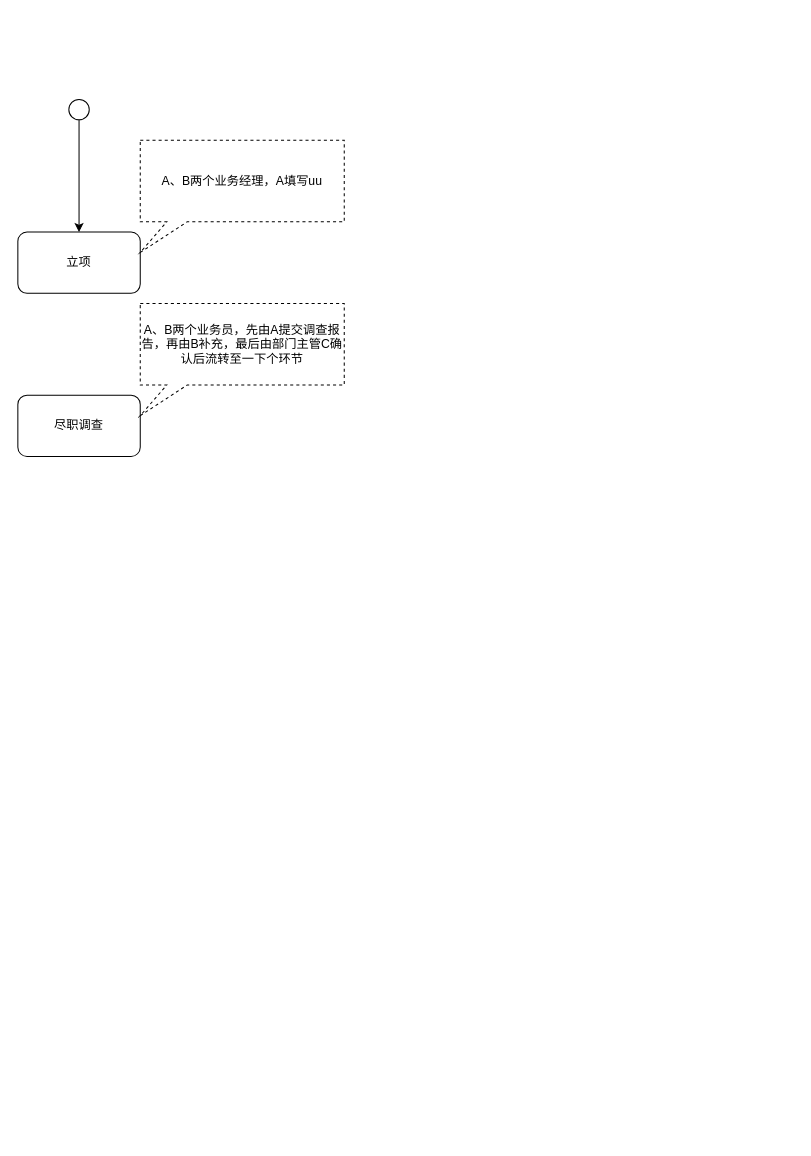
Above: 融担业务流程.drawio in isugarbox/diagrams (draw.io), before the change. Source tidied: cells renumbered, new cells numbered last; positions are measured from the earlier drawing's top-left corner, leaving out a move shared by most shapes. Both pictures are drawn from the tidied source at 102%, with x=0, y=0 at pixel (17, 99).
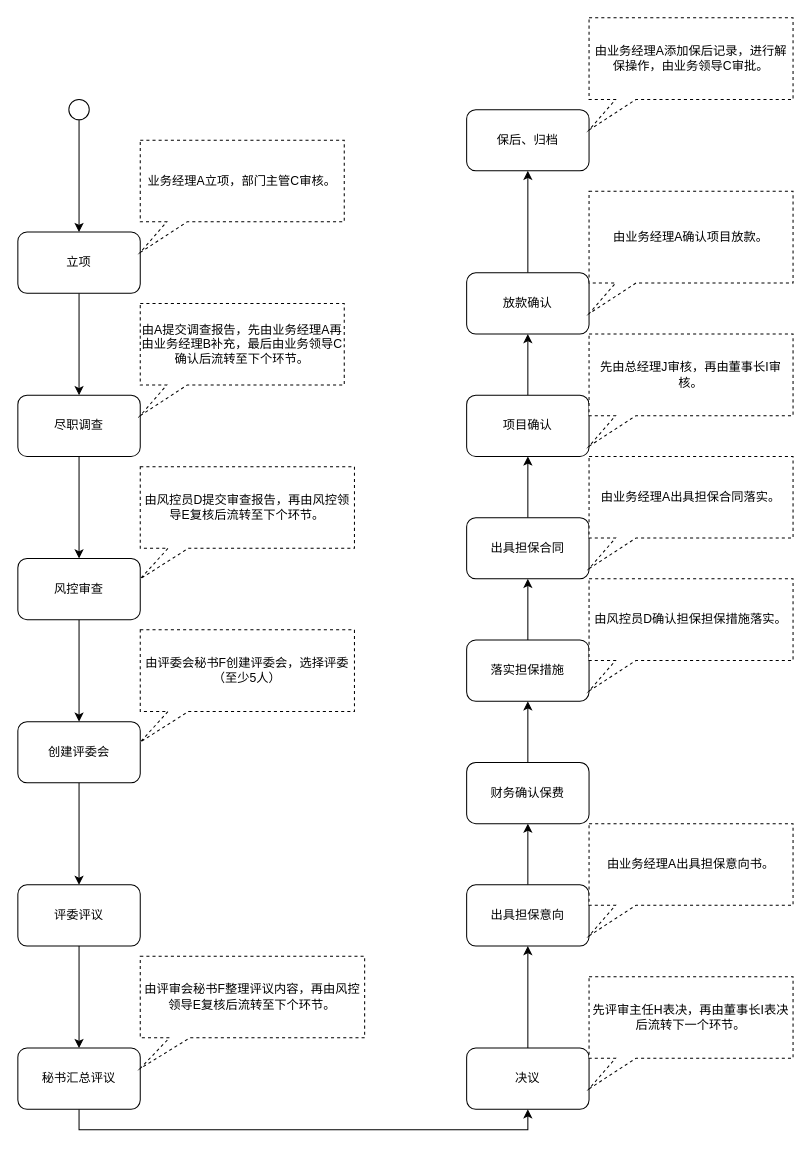
After the change.

Commit message:
更新融担业务流程.drawio

Unchanged cells that the change refers to:
```xml
<mxCell id="4" value="立项" style="rounded=1;whiteSpace=wrap;html=1;" parent="1" vertex="1">
  <mxGeometry y="130" width="120" height="60" as="geometry" />
</mxCell>
<mxCell id="6" value="尽职调查" style="rounded=1;whiteSpace=wrap;html=1;" parent="1" vertex="1">
  <mxGeometry y="290" width="120" height="60" as="geometry" />
</mxCell>
```

Diff of the diagram source:
```diff
@@
+    <mxCell id="8" style="edgeStyle=orthogonalEdgeStyle;rounded=0;jettySize=auto;html=1;" parent="1" edge="1" source="4" target="6">
+      <mxGeometry relative="1" as="geometry" />
+    </mxCell>
@@
-    <mxCell id="5" value="A、B两个业务经理，A填写uu" style="shape=callout;whiteSpace=wrap;html=1;perimeter=calloutPerimeter;position2=0;size=30;position=0.13;dashed=1;" parent="1" vertex="1">
+    <mxCell id="5" value="业务经理A立项，部门主管C审核。" style="shape=callout;whiteSpace=wrap;html=1;perimeter=calloutPerimeter;position2=0;size=30;position=0.13;dashed=1;" parent="1" vertex="1">
       <mxGeometry x="120" y="40" width="200" height="110" as="geometry" />
     </mxCell>
+    <mxCell id="9" style="edgeStyle=orthogonalEdgeStyle;rounded=0;jettySize=auto;html=1;" parent="1" edge="1" source="6" target="11">
+      <mxGeometry relative="1" as="geometry" />
+    </mxCell>
@@
-    <mxCell id="7" value="A、B两个业务员，先由A提交调查报告，再由B补充，最后由部门主管C确认后流转至一下个环节" style="shape=callout;whiteSpace=wrap;html=1;perimeter=calloutPerimeter;position2=0;size=30;position=0.13;dashed=1;" parent="1" vertex="1">
+    <mxCell id="7" value="由A提交调查报告，先由业务经理A再由业务经理B补充，最后由业务领导C确认后流转至下个环节。" style="shape=callout;whiteSpace=wrap;html=1;perimeter=calloutPerimeter;position2=0;size=30;position=0.13;dashed=1;" parent="1" vertex="1">
       <mxGeometry x="120" y="200" width="200" height="110" as="geometry" />
     </mxCell>
+    <mxCell id="10" style="edgeStyle=orthogonalEdgeStyle;rounded=0;jettySize=auto;html=1;" parent="1" edge="1" source="11" target="14">
+      <mxGeometry relative="1" as="geometry" />
+    </mxCell>
+    <mxCell id="11" value="风控审查" style="rounded=1;whiteSpace=wrap;html=1;" parent="1" vertex="1">
+      <mxGeometry y="450" width="120" height="60" as="geometry" />
+    </mxCell>
+    <mxCell id="12" value="由风控员D提交审查报告，再由风控领导E复核后流转至下个环节。" style="shape=callout;whiteSpace=wrap;html=1;perimeter=calloutPerimeter;position2=0;size=30;position=0.13;dashed=1;" parent="1" vertex="1">
+      <mxGeometry x="120" y="360" width="210" height="110" as="geometry" />
+    </mxCell>
+    <mxCell id="13" style="edgeStyle=orthogonalEdgeStyle;rounded=0;jettySize=auto;html=1;" parent="1" edge="1" source="14" target="17">
+      <mxGeometry relative="1" as="geometry" />
+    </mxCell>
+    <mxCell id="14" value="创建评委会" style="rounded=1;whiteSpace=wrap;html=1;" parent="1" vertex="1">
+      <mxGeometry y="610" width="120" height="60" as="geometry" />
+    </mxCell>
+    <mxCell id="15" value="由评委会秘书F创建评委会，选择评委（至少5人）" style="shape=callout;whiteSpace=wrap;html=1;perimeter=calloutPerimeter;position2=0;size=30;position=0.13;dashed=1;" parent="1" vertex="1">
+      <mxGeometry x="120" y="520" width="210" height="110" as="geometry" />
+    </mxCell>
+    <mxCell id="16" style="edgeStyle=orthogonalEdgeStyle;rounded=0;jettySize=auto;html=1;" parent="1" edge="1" source="17" target="19">
+      <mxGeometry relative="1" as="geometry" />
+    </mxCell>
+    <mxCell id="17" value="评委评议" style="rounded=1;whiteSpace=wrap;html=1;" parent="1" vertex="1">
+      <mxGeometry y="770" width="120" height="60" as="geometry" />
+    </mxCell>
+    <mxCell id="18" style="edgeStyle=orthogonalEdgeStyle;rounded=0;jettySize=auto;html=1;exitX=0.5;exitY=1;exitDx=0;exitDy=0;entryX=0.5;entryY=1;entryDx=0;entryDy=0;" parent="1" edge="1" source="19" target="22">
+      <mxGeometry relative="1" as="geometry" />
+    </mxCell>
+    <mxCell id="19" value="秘书汇总评议" style="rounded=1;whiteSpace=wrap;html=1;" parent="1" vertex="1">
+      <mxGeometry y="930" width="120" height="60" as="geometry" />
+    </mxCell>
+    <mxCell id="20" value="由评审会秘书F整理评议内容，再由风控领导E复核后流转至下个环节。" style="shape=callout;whiteSpace=wrap;html=1;perimeter=calloutPerimeter;position2=0;size=30;position=0.13;dashed=1;" parent="1" vertex="1">
+      <mxGeometry x="120" y="840" width="220" height="110" as="geometry" />
+    </mxCell>
+    <mxCell id="21" style="edgeStyle=orthogonalEdgeStyle;rounded=0;jettySize=auto;html=1;" parent="1" edge="1" source="22" target="25">
+      <mxGeometry relative="1" as="geometry" />
+    </mxCell>
+    <mxCell id="22" value="决议" style="rounded=1;whiteSpace=wrap;html=1;" parent="1" vertex="1">
+      <mxGeometry x="440" y="930" width="120" height="60" as="geometry" />
+    </mxCell>
+    <mxCell id="23" value="先评审主任H表决，再由董事长I表决后流转下一个环节。" style="shape=callout;whiteSpace=wrap;html=1;perimeter=calloutPerimeter;position2=0;size=30;position=0.13;dashed=1;" parent="1" vertex="1">
+      <mxGeometry x="560" y="860" width="200" height="110" as="geometry" />
+    </mxCell>
+    <mxCell id="24" style="edgeStyle=orthogonalEdgeStyle;rounded=0;jettySize=auto;html=1;" parent="1" edge="1" source="25" target="27">
+      <mxGeometry relative="1" as="geometry" />
+    </mxCell>
+    <mxCell id="25" value="出具担保意向" style="rounded=1;whiteSpace=wrap;html=1;" parent="1" vertex="1">
+      <mxGeometry x="440" y="770" width="120" height="60" as="geometry" />
+    </mxCell>
+    <mxCell id="26" style="edgeStyle=orthogonalEdgeStyle;rounded=0;jettySize=auto;html=1;" parent="1" edge="1" source="27" target="29">
+      <mxGeometry relative="1" as="geometry" />
+    </mxCell>
+    <mxCell id="27" value="财务确认保费" style="rounded=1;whiteSpace=wrap;html=1;" parent="1" vertex="1">
+      <mxGeometry x="440" y="650" width="120" height="60" as="geometry" />
+    </mxCell>
+    <mxCell id="28" style="edgeStyle=orthogonalEdgeStyle;rounded=0;jettySize=auto;html=1;" parent="1" edge="1" source="29" target="31">
+      <mxGeometry relative="1" as="geometry" />
+    </mxCell>
+    <mxCell id="29" value="落实担保措施" style="rounded=1;whiteSpace=wrap;html=1;" parent="1" vertex="1">
+      <mxGeometry x="440" y="530" width="120" height="60" as="geometry" />
+    </mxCell>
+    <mxCell id="30" style="edgeStyle=orthogonalEdgeStyle;rounded=0;jettySize=auto;html=1;" parent="1" edge="1" source="31" target="33">
+      <mxGeometry relative="1" as="geometry" />
+    </mxCell>
+    <mxCell id="31" value="出具担保合同" style="rounded=1;whiteSpace=wrap;html=1;" parent="1" vertex="1">
+      <mxGeometry x="440" y="410" width="120" height="60" as="geometry" />
+    </mxCell>
+    <mxCell id="32" style="edgeStyle=orthogonalEdgeStyle;rounded=0;jettySize=auto;html=1;" parent="1" edge="1" source="33" target="36">
+      <mxGeometry relative="1" as="geometry" />
+    </mxCell>
+    <mxCell id="33" value="项目确认" style="rounded=1;whiteSpace=wrap;html=1;" parent="1" vertex="1">
+      <mxGeometry x="440" y="290" width="120" height="60" as="geometry" />
+    </mxCell>
+    <mxCell id="34" value="先由总经理J审核，再由董事长I审核。" style="shape=callout;whiteSpace=wrap;html=1;perimeter=calloutPerimeter;position2=0;size=30;position=0.13;dashed=1;" parent="1" vertex="1">
+      <mxGeometry x="560" y="230" width="200" height="110" as="geometry" />
+    </mxCell>
+    <mxCell id="35" style="edgeStyle=orthogonalEdgeStyle;rounded=0;jettySize=auto;html=1;" parent="1" edge="1" source="36" target="37">
+      <mxGeometry relative="1" as="geometry" />
+    </mxCell>
+    <mxCell id="36" value="放款确认" style="rounded=1;whiteSpace=wrap;html=1;" parent="1" vertex="1">
+      <mxGeometry x="440" y="170" width="120" height="60" as="geometry" />
+    </mxCell>
+    <mxCell id="37" value="保后、归档" style="rounded=1;whiteSpace=wrap;html=1;" parent="1" vertex="1">
+      <mxGeometry x="440" y="10" width="120" height="60" as="geometry" />
+    </mxCell>
+    <mxCell id="38" value="由业务经理A确认项目放款。" style="shape=callout;whiteSpace=wrap;html=1;perimeter=calloutPerimeter;position2=0;size=30;position=0.13;dashed=1;" parent="1" vertex="1">
+      <mxGeometry x="560" y="90" width="200" height="120" as="geometry" />
+    </mxCell>
+    <mxCell id="39" value="由业务经理A出具担保意向书。" style="shape=callout;whiteSpace=wrap;html=1;perimeter=calloutPerimeter;position2=0;size=30;position=0.13;dashed=1;" parent="1" vertex="1">
+      <mxGeometry x="560" y="710" width="200" height="110" as="geometry" />
+    </mxCell>
+    <mxCell id="40" value="由风控员D确认担保担保措施落实。" style="shape=callout;whiteSpace=wrap;html=1;perimeter=calloutPerimeter;position2=0;size=30;position=0.13;dashed=1;" parent="1" vertex="1">
+      <mxGeometry x="560" y="470" width="200" height="110" as="geometry" />
+    </mxCell>
+    <mxCell id="41" value="由业务经理A出具担保合同落实。" style="shape=callout;whiteSpace=wrap;html=1;perimeter=calloutPerimeter;position2=0;size=30;position=0.13;dashed=1;" parent="1" vertex="1">
+      <mxGeometry x="560" y="350" width="200" height="110" as="geometry" />
+    </mxCell>
+    <mxCell id="42" value="由业务经理A添加保后记录，进行解保操作，由业务领导C审批。" style="shape=callout;whiteSpace=wrap;html=1;perimeter=calloutPerimeter;position2=0;size=30;position=0.13;dashed=1;" parent="1" vertex="1">
+      <mxGeometry x="560" y="-80" width="200" height="110" as="geometry" />
+    </mxCell>
```
